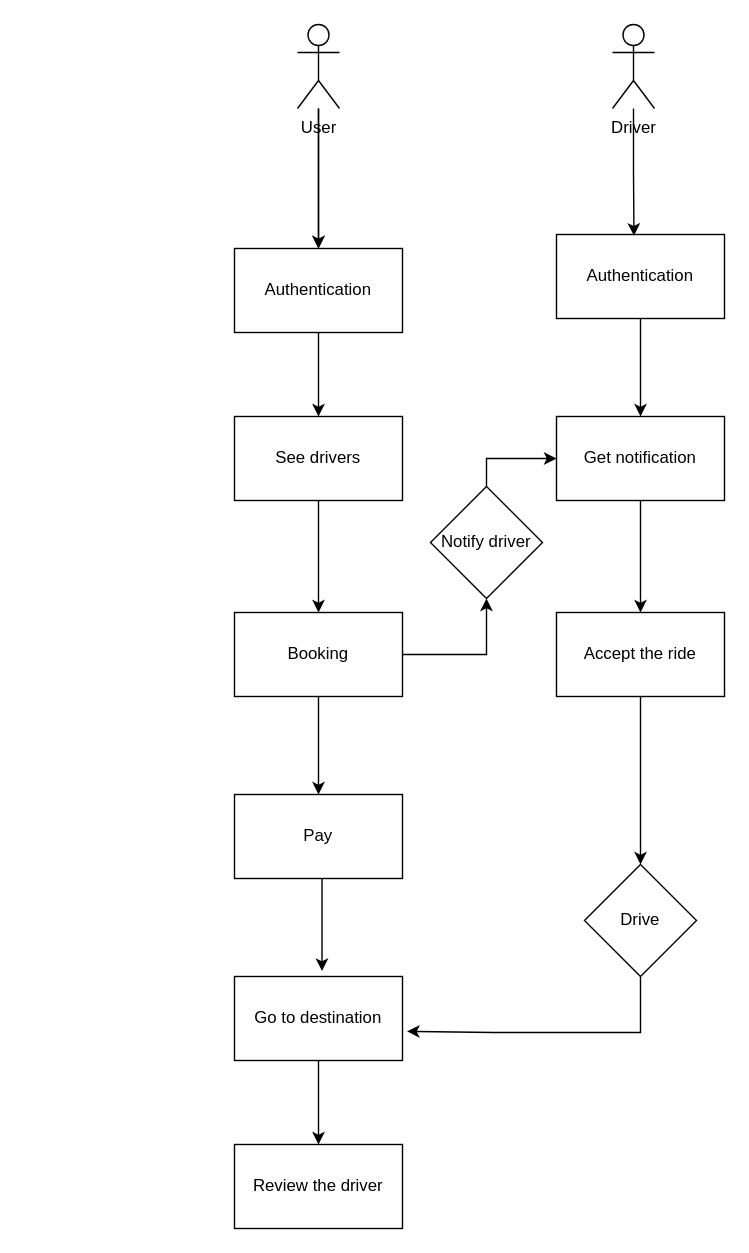
Before: page "UseCase" (2 of 4) of Documentation/Assets/Digrams.drawio in popescumadalin0/fast-ride, a draw.io diagram. Source tidied: cells renumbered, new cells numbered last; positions are measured from the earlier drawing's top-left corner, leaving out a move shared by most shapes. Both pictures are drawn from the tidied source at 140%, with x=0, y=0 at pixel (234, 24).
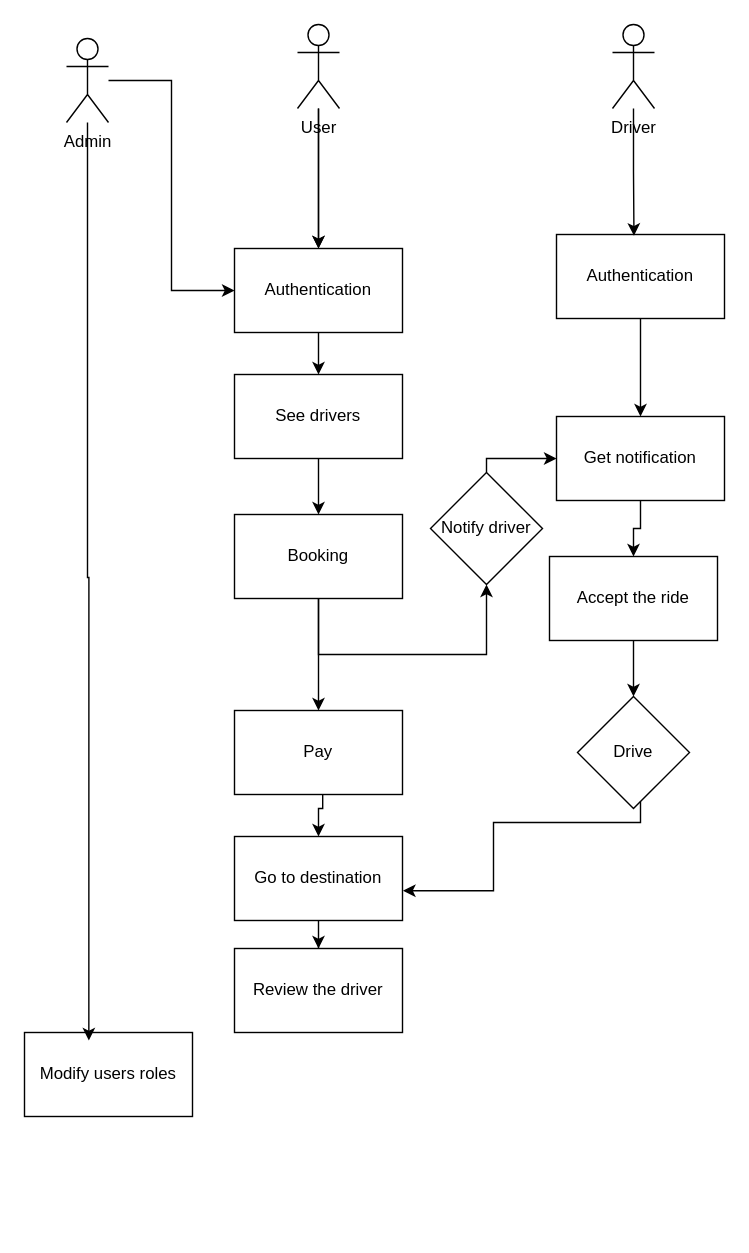
The same page after the edit.

Unchanged cells that the change refers to:
```xml
<mxCell id="3" value="Authentication" style="rounded=0;whiteSpace=wrap;html=1;" parent="1" vertex="1">
  <mxGeometry y="160" width="120" height="60" as="geometry" />
</mxCell>
```

Change to the diagram source:
```diff
@@
     <mxCell id="5" value="Booking" style="rounded=0;whiteSpace=wrap;html=1;" parent="1" vertex="1">
-      <mxGeometry y="420" width="120" height="60" as="geometry" />
+      <mxGeometry y="350" width="120" height="60" as="geometry" />
     </mxCell>
     <mxCell id="6" value="Pay" style="rounded=0;whiteSpace=wrap;html=1;" parent="1" vertex="1">
-      <mxGeometry y="550" width="120" height="60" as="geometry" />
+      <mxGeometry y="490" width="120" height="60" as="geometry" />
     </mxCell>
@@
     <mxCell id="8" value="Go to destination" style="rounded=0;whiteSpace=wrap;html=1;" parent="1" vertex="1">
-      <mxGeometry y="680" width="120" height="60" as="geometry" />
+      <mxGeometry y="580" width="120" height="60" as="geometry" />
     </mxCell>
     <mxCell id="9" value="Review the driver" style="rounded=0;whiteSpace=wrap;html=1;" parent="1" vertex="1">
-      <mxGeometry y="800" width="120" height="60" as="geometry" />
+      <mxGeometry y="660" width="120" height="60" as="geometry" />
     </mxCell>
-    <mxCell id="10" style="edgeStyle=orthogonalEdgeStyle;rounded=0;jettySize=auto;html=1;entryX=0.521;entryY=-0.065;entryDx=0;entryDy=0;entryPerimeter=0;" parent="1" edge="1" source="6" target="8">
+    <mxCell id="10" style="edgeStyle=orthogonalEdgeStyle;rounded=0;jettySize=auto;html=1;entryX=0.5;entryY=0;entryDx=0;entryDy=0;" parent="1" edge="1" source="6" target="8">
       <mxGeometry relative="1" as="geometry">
         <Array as="points">
-          <mxPoint x="63" y="666" />
+          <mxPoint x="63" y="560" />
+          <mxPoint x="60" y="560" />
         </Array>
       </mxGeometry>
     </mxCell>
@@
     <mxCell id="19" value="See drivers" style="rounded=0;whiteSpace=wrap;html=1;" parent="1" vertex="1">
-      <mxGeometry y="280" width="120" height="60" as="geometry" />
+      <mxGeometry y="250" width="120" height="60" as="geometry" />
     </mxCell>
@@
     <mxCell id="21" value="Accept the ride" style="rounded=0;whiteSpace=wrap;html=1;" parent="1" vertex="1">
-      <mxGeometry x="230" y="420" width="120" height="60" as="geometry" />
+      <mxGeometry x="225" y="380" width="120" height="60" as="geometry" />
     </mxCell>
@@
     <mxCell id="25" value="Notify driver" style="rhombus;whiteSpace=wrap;html=1;" parent="1" vertex="1">
-      <mxGeometry x="140" y="330" width="80" height="80" as="geometry" />
+      <mxGeometry x="140" y="320" width="80" height="80" as="geometry" />
     </mxCell>
@@
     <mxCell id="27" value="Drive" style="rhombus;whiteSpace=wrap;html=1;" parent="1" vertex="1">
-      <mxGeometry x="250" y="600" width="80" height="80" as="geometry" />
+      <mxGeometry x="245" y="480" width="80" height="80" as="geometry" />
     </mxCell>
-    <mxCell id="28" style="edgeStyle=orthogonalEdgeStyle;rounded=0;jettySize=auto;html=1;entryX=1.027;entryY=0.653;entryDx=0;entryDy=0;entryPerimeter=0;" parent="1" edge="1" source="27" target="8">
+    <mxCell id="28" style="edgeStyle=orthogonalEdgeStyle;rounded=0;jettySize=auto;html=1;entryX=1.003;entryY=0.645;entryDx=0;entryDy=0;entryPerimeter=0;" parent="1" edge="1" source="27" target="8">
       <mxGeometry relative="1" as="geometry">
         <Array as="points">
-          <mxPoint x="290" y="720" />
-          <mxPoint x="185" y="720" />
+          <mxPoint x="290" y="570" />
+          <mxPoint x="185" y="570" />
+          <mxPoint x="185" y="619" />
         </Array>
       </mxGeometry>
     </mxCell>
+    <mxCell id="29" style="edgeStyle=orthogonalEdgeStyle;rounded=0;jettySize=auto;html=1;entryX=0;entryY=0.5;entryDx=0;entryDy=0;" parent="1" edge="1" source="30" target="3">
+      <mxGeometry relative="1" as="geometry" />
+    </mxCell>
+    <mxCell id="30" value="Admin" style="shape=umlActor;verticalLabelPosition=bottom;verticalAlign=top;html=1;outlineConnect=0;" parent="1" vertex="1">
+      <mxGeometry x="-120" y="10" width="30" height="60" as="geometry" />
+    </mxCell>
+    <mxCell id="31" value="Modify users roles" style="rounded=0;whiteSpace=wrap;html=1;" parent="1" vertex="1">
+      <mxGeometry x="-150" y="720" width="120" height="60" as="geometry" />
+    </mxCell>
+    <mxCell id="32" style="edgeStyle=orthogonalEdgeStyle;rounded=0;jettySize=auto;html=1;entryX=0.383;entryY=0.095;entryDx=0;entryDy=0;entryPerimeter=0;" parent="1" edge="1" source="30" target="31">
+      <mxGeometry relative="1" as="geometry" />
+    </mxCell>
```
